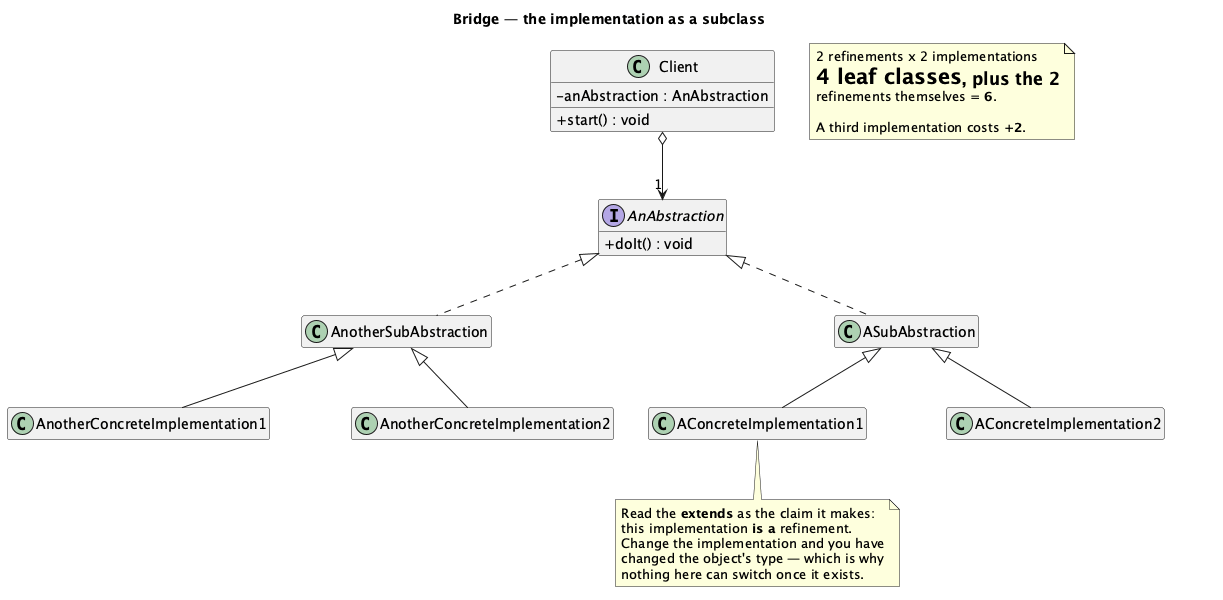
Before: src/main/java/dev/kaldiroglu/dp/structural/bridge/basic/problem/uml/Bridge - Basic (Problem) - Class Diagram.png, a diagram exported from PlantUML (kaldiroglu/DesignPatternsWithJava).
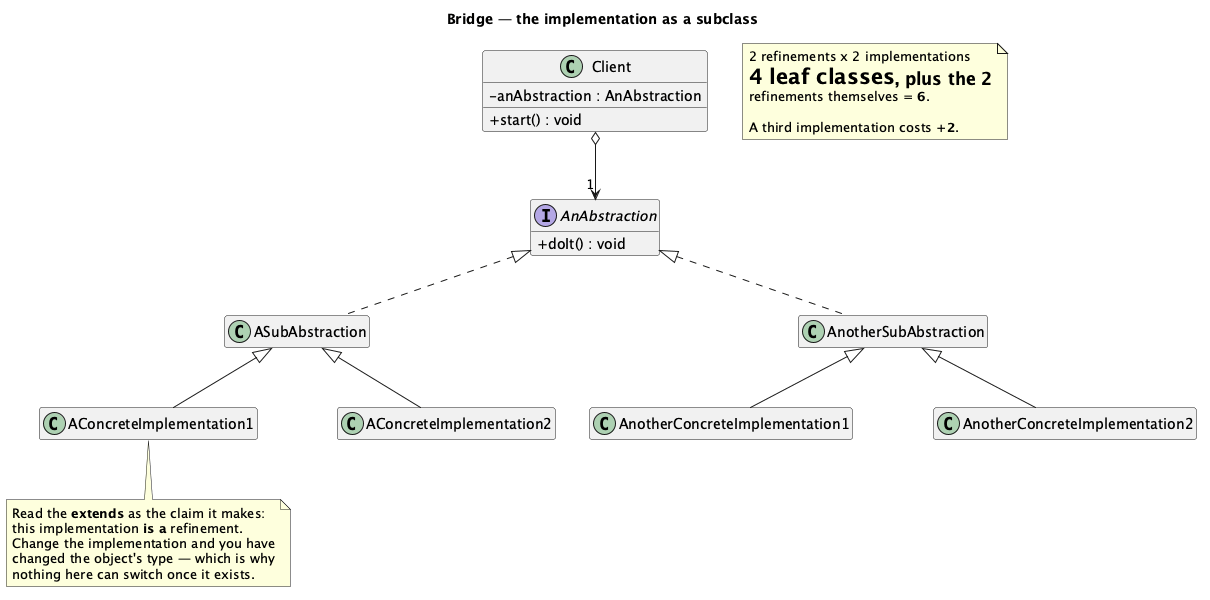
The same diagram one commit later.

The edit, as a diff of the source:
```diff
@@ -49,25 +49,16 @@
 
   A third implementation costs <b>+2</b>.
 end note
-
+Client o--> "1" AnAbstraction
 class " " as Spacer1 <<spacer>>
-AnAbstraction -[hidden]- Spacer1
-AnAbstraction -[hidden]- Spacer1
-AnotherSubAbstraction -[hidden]right- Spacer1
-Spacer1 -[hidden]right- ASubAbstraction
+ASubAbstraction -[hidden]- Spacer1
+ASubAbstraction -[hidden]- Spacer1
+AConcreteImplementation1 -[hidden]right- Spacer1
+Spacer1 -[hidden]right- AConcreteImplementation2
 class " " as Spacer2 <<spacer>>
-ASubAbstraction -[hidden]- Spacer2
-ASubAbstraction -[hidden]- Spacer2
-AConcreteImplementation1 -[hidden]right- Spacer2
-Spacer2 -[hidden]right- AConcreteImplementation2
-class " " as Spacer3 <<spacer>>
-AnotherSubAbstraction -[hidden]- Spacer3
-AnotherSubAbstraction -[hidden]- Spacer3
-AnotherConcreteImplementation1 -[hidden]right- Spacer3
-Spacer3 -[hidden]right- AnotherConcreteImplementation2
-Client o--> "1" AnAbstraction
-class " " as Spacer66 <<spacer>>
-ASubAbstraction -[hidden]- Spacer66
-AConcreteImplementation2 -[hidden]right- Spacer66
-Spacer66 -[hidden]right- AConcreteImplementation1
+AnotherSubAbstraction -[hidden]- Spacer2
+AnotherSubAbstraction -[hidden]- Spacer2
+AnotherConcreteImplementation1 -[hidden]right- Spacer2
+Spacer2 -[hidden]right- AnotherConcreteImplementation2
+AConcreteImplementation2 -[hidden]right- AnotherConcreteImplementation1
 @enduml
```
